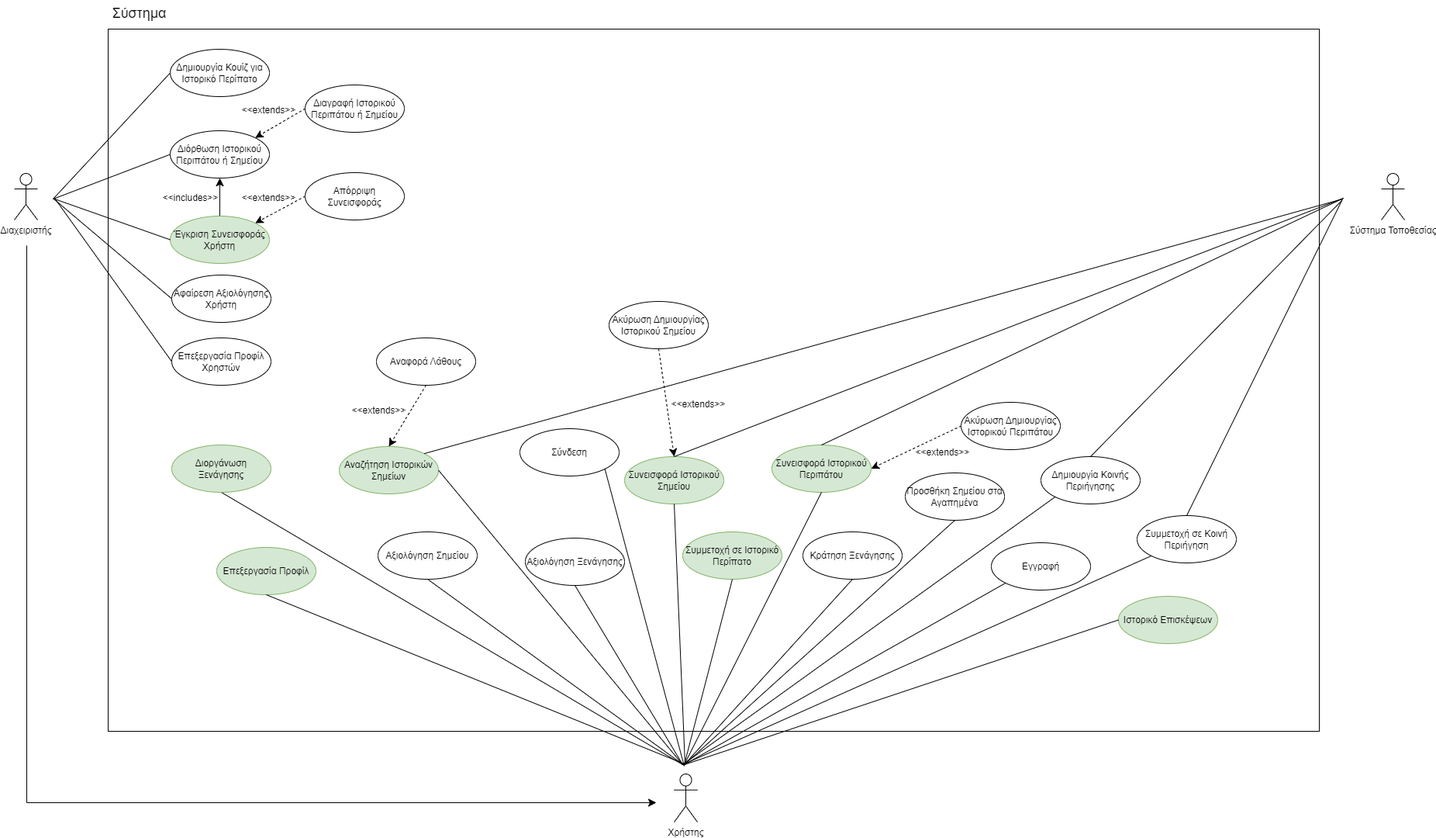
Before: NOTES/Use Case Diagram v0.1.png, a diagram exported from draw.io (Nektar24/software-engineering). Source tidied: cells renumbered, new cells last; positions are measured from the earlier drawing's top-left corner, leaving out a move shared by most shapes.
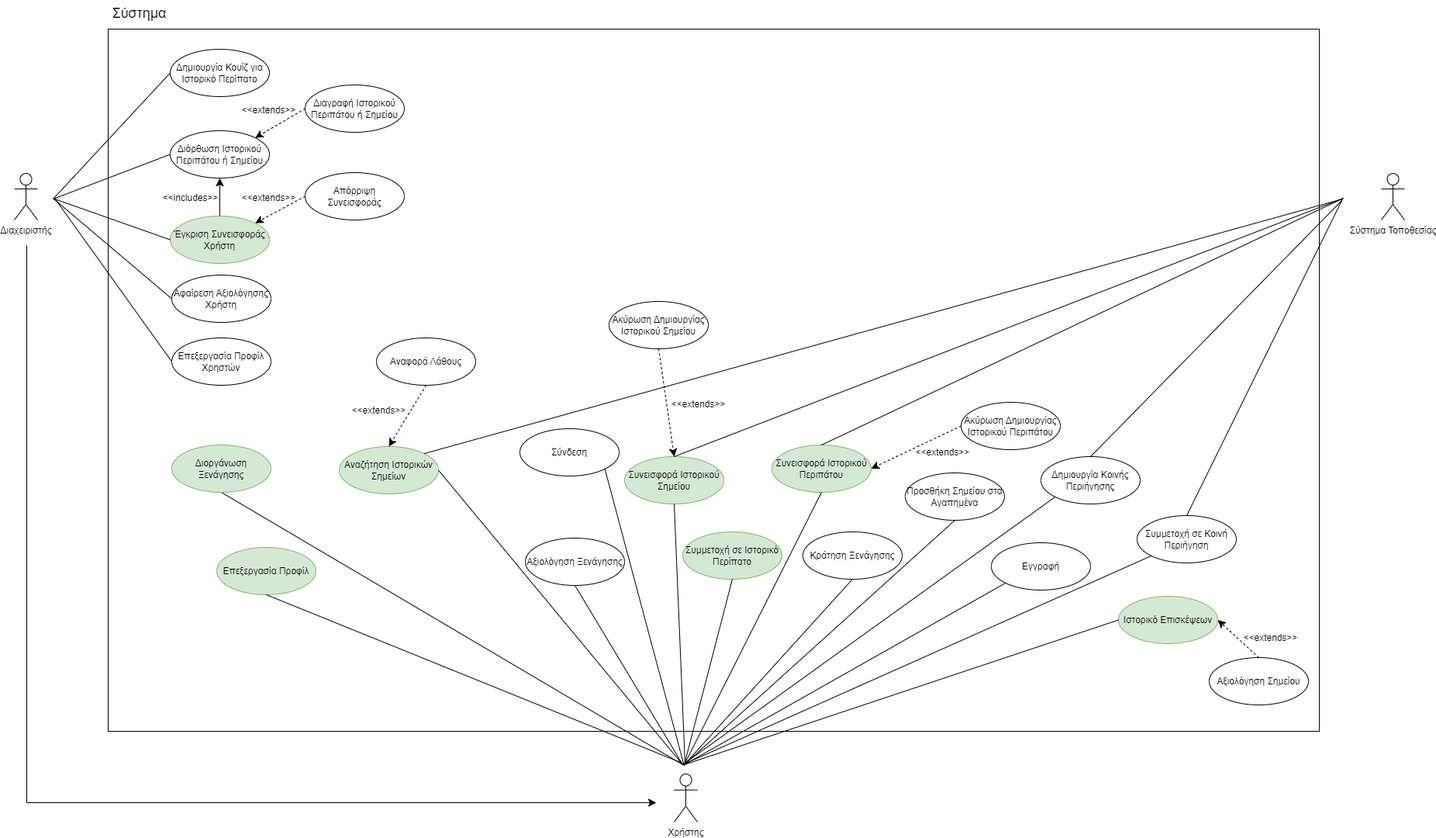
The same file after the commit.

Commit message:
use case diagram update

Diff of the diagram source:
```diff
@@ -93,7 +93,7 @@
       <mxGeometry x="419" y="575" width="128" height="61" as="geometry" />
     </mxCell>
     <mxCell id="28" value="Αξιολόγηση Σημείου" style="ellipse;whiteSpace=wrap;html=1;" parent="1" vertex="1">
-      <mxGeometry x="469" y="685" width="128" height="61" as="geometry" />
+      <mxGeometry x="1541" y="847" width="128" height="61" as="geometry" />
     </mxCell>
     <mxCell id="29" value="Σύνδεση" style="ellipse;whiteSpace=wrap;html=1;" parent="1" vertex="1">
       <mxGeometry x="652" y="552" width="128" height="61" as="geometry" />
@@ -140,11 +140,6 @@
     <mxCell id="43" value="Ιστορικό Επισκέψεων" style="ellipse;whiteSpace=wrap;html=1;fillColor=#d5e8d4;strokeColor=#82b366;" parent="1" vertex="1">
       <mxGeometry x="1424" y="768" width="128" height="61" as="geometry" />
     </mxCell>
-    <mxCell id="44" style="endArrow=none;html=1;rounded=0;fontSize=12;startSize=8;endSize=8;curved=1;entryX=0.5;entryY=1;entryDx=0;entryDy=0;" parent="1" edge="1" target="28">
-      <mxGeometry relative="1" as="geometry">
-        <mxPoint x="864" y="986" as="sourcePoint" />
-      </mxGeometry>
-    </mxCell>
     <mxCell id="45" style="endArrow=none;html=1;rounded=0;fontSize=12;startSize=8;endSize=8;curved=1;entryX=1;entryY=0.5;entryDx=0;entryDy=0;" parent="1" edge="1" target="27">
       <mxGeometry relative="1" as="geometry">
         <mxPoint x="862" y="985" as="sourcePoint" />
@@ -262,5 +257,11 @@
     <mxCell id="69" value="&lt;font style=&quot;font-size: 12px;&quot;&gt;&amp;lt;&amp;lt;extends&lt;font style=&quot;font-size: 12px;&quot;&gt;&amp;gt;&amp;gt;&lt;/font&gt;&lt;/font&gt;" style="text;html=1;align=center;verticalAlign=middle;strokeColor=none;fillColor=none;fontSize=16;" parent="1" vertex="1">
       <mxGeometry x="426" y="511" width="88" height="31" as="geometry" />
     </mxCell>
+    <mxCell id="70" style="edgeStyle=none;curved=1;rounded=0;jettySize=auto;html=1;exitX=0.5;exitY=0;exitDx=0;exitDy=0;entryX=1;entryY=0.5;entryDx=0;entryDy=0;fontSize=12;startSize=8;endSize=8;dashed=1;" parent="1" edge="1" source="28" target="43">
+      <mxGeometry relative="1" as="geometry" />
+    </mxCell>
+    <mxCell id="71" value="&lt;font style=&quot;font-size: 12px;&quot;&gt;&amp;lt;&amp;lt;&lt;font style=&quot;font-size: 12px;&quot;&gt;extends&amp;gt;&amp;gt;&lt;/font&gt;&lt;/font&gt;" style="text;html=1;align=center;verticalAlign=middle;strokeColor=none;fillColor=none;fontSize=16;" parent="1" vertex="1">
+      <mxGeometry x="1576" y="804" width="88" height="31" as="geometry" />
+    </mxCell>
   </root>
 </mxGraphModel>
```
